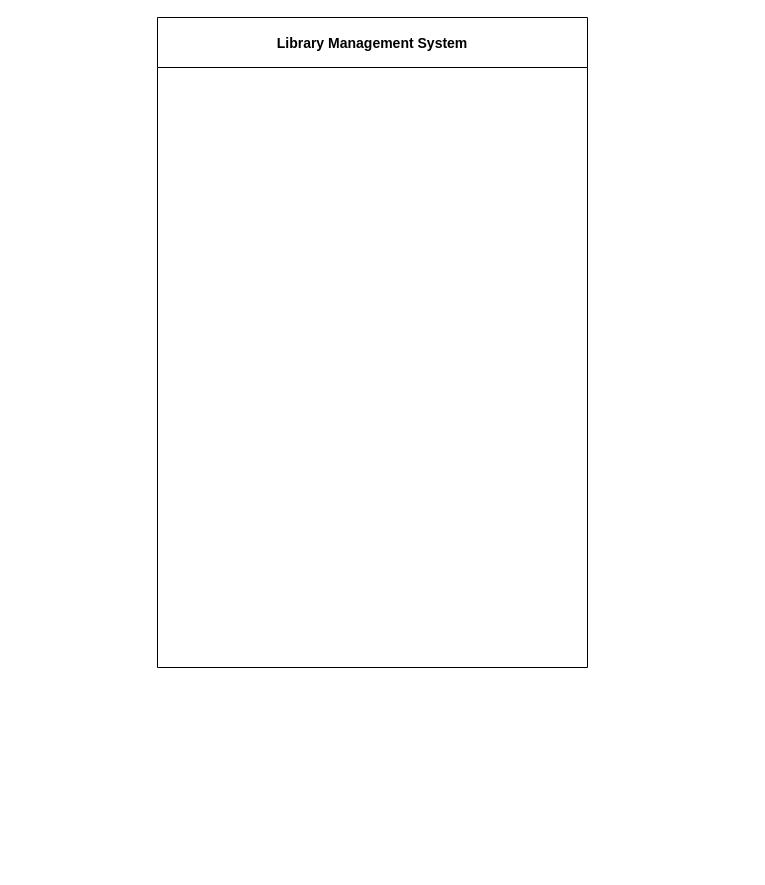
The draw.io diagram libraryUsecase.drawio in Dinuvi9170/NSBM-Green-University, before the edit. Source tidied: cells renumbered, new cells numbered last; positions are measured from the earlier drawing's top-left corner, leaving out a move shared by most shapes. Both pictures are drawn from the tidied source at 100%, with x=0, y=0 at pixel (157, 17).
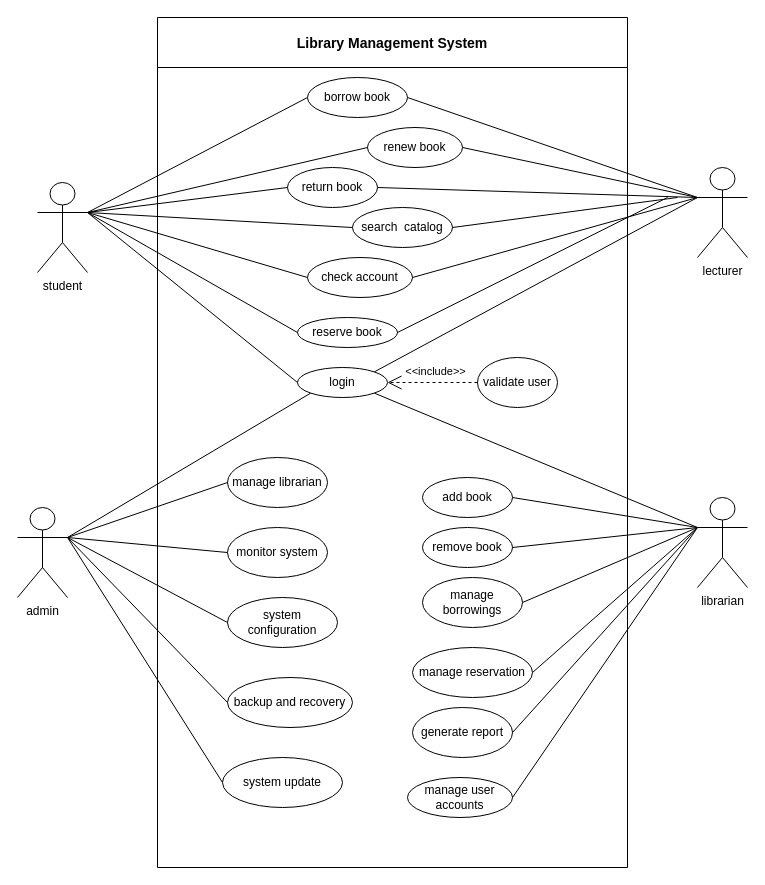
Above is the later version.

Change to the diagram source:
```diff
@@
     <mxCell id="2" value="Library Management System" style="swimlane;startSize=50;fontSize=14;labelBackgroundColor=default;" parent="1" vertex="1">
-      <mxGeometry width="430" height="650" as="geometry" />
+      <mxGeometry width="470" height="850" as="geometry" />
     </mxCell>
+    <mxCell id="3" value="reserve book" style="ellipse;whiteSpace=wrap;html=1;" parent="2" vertex="1">
+      <mxGeometry x="140" y="300" width="100" height="30" as="geometry" />
+    </mxCell>
+    <mxCell id="4" value="borrow book" style="ellipse;whiteSpace=wrap;html=1;" parent="2" vertex="1">
+      <mxGeometry x="150" y="60" width="100" height="40" as="geometry" />
+    </mxCell>
+    <mxCell id="5" value="renew book" style="ellipse;whiteSpace=wrap;html=1;" parent="2" vertex="1">
+      <mxGeometry x="210" y="110" width="95" height="40" as="geometry" />
+    </mxCell>
+    <mxCell id="6" value="return book" style="ellipse;whiteSpace=wrap;html=1;" parent="2" vertex="1">
+      <mxGeometry x="130" y="150" width="90" height="40" as="geometry" />
+    </mxCell>
+    <mxCell id="7" value="search&amp;nbsp; catalog" style="ellipse;whiteSpace=wrap;html=1;" parent="2" vertex="1">
+      <mxGeometry x="195" y="190" width="100" height="40" as="geometry" />
+    </mxCell>
+    <mxCell id="8" value="manage borrowings" style="ellipse;whiteSpace=wrap;html=1;" parent="2" vertex="1">
+      <mxGeometry x="265" y="560" width="100" height="50" as="geometry" />
+    </mxCell>
+    <mxCell id="9" value="check account" style="ellipse;whiteSpace=wrap;html=1;" parent="2" vertex="1">
+      <mxGeometry x="150" y="240" width="105" height="40" as="geometry" />
+    </mxCell>
+    <mxCell id="10" value="monitor system" style="ellipse;whiteSpace=wrap;html=1;" parent="2" vertex="1">
+      <mxGeometry x="70" y="510" width="100" height="50" as="geometry" />
+    </mxCell>
+    <mxCell id="11" value="remove book" style="ellipse;whiteSpace=wrap;html=1;" parent="2" vertex="1">
+      <mxGeometry x="265" y="510" width="90" height="40" as="geometry" />
+    </mxCell>
+    <mxCell id="12" value="manage librarian" style="ellipse;whiteSpace=wrap;html=1;" parent="2" vertex="1">
+      <mxGeometry x="70" y="440" width="100" height="50" as="geometry" />
+    </mxCell>
+    <mxCell id="13" value="validate user" style="ellipse;whiteSpace=wrap;html=1;" parent="2" vertex="1">
+      <mxGeometry x="320" y="340" width="80" height="50" as="geometry" />
+    </mxCell>
+    <mxCell id="14" value="login" style="ellipse;whiteSpace=wrap;html=1;" parent="2" vertex="1">
+      <mxGeometry x="140" y="350" width="90" height="30" as="geometry" />
+    </mxCell>
+    <mxCell id="15" style="endArrow=none;html=1;rounded=0;entryX=1;entryY=0.5;entryDx=0;entryDy=0;" parent="2" edge="1" target="7">
+      <mxGeometry relative="1" as="geometry">
+        <mxPoint x="520" y="180" as="sourcePoint" />
+      </mxGeometry>
+    </mxCell>
+    <mxCell id="16" style="endArrow=none;html=1;rounded=0;exitX=1;exitY=0.5;exitDx=0;exitDy=0;" parent="2" edge="1" source="3">
+      <mxGeometry relative="1" as="geometry">
+        <mxPoint x="510" y="180" as="targetPoint" />
+      </mxGeometry>
+    </mxCell>
+    <mxCell id="17" value="&amp;lt;&amp;lt;include&amp;gt;&amp;gt;" style="endArrow=open;endSize=12;dashed=1;html=1;rounded=0;exitX=0;exitY=0.5;exitDx=0;exitDy=0;entryX=1;entryY=0.5;entryDx=0;entryDy=0;" parent="2" edge="1" source="13" target="14">
+      <mxGeometry x="-0.06" y="-11" relative="1" as="geometry" />
+    </mxCell>
+    <mxCell id="18" value="add book" style="ellipse;whiteSpace=wrap;html=1;" parent="2" vertex="1">
+      <mxGeometry x="265" y="460" width="90" height="40" as="geometry" />
+    </mxCell>
+    <mxCell id="19" value="manage reservation" style="ellipse;whiteSpace=wrap;html=1;" parent="2" vertex="1">
+      <mxGeometry x="255" y="630" width="120" height="50" as="geometry" />
+    </mxCell>
+    <mxCell id="20" value="generate report" style="ellipse;whiteSpace=wrap;html=1;" parent="2" vertex="1">
+      <mxGeometry x="255" y="690" width="100" height="50" as="geometry" />
+    </mxCell>
+    <mxCell id="21" value="manage user accounts" style="ellipse;whiteSpace=wrap;html=1;" parent="2" vertex="1">
+      <mxGeometry x="250" y="760" width="105" height="40" as="geometry" />
+    </mxCell>
+    <mxCell id="22" value="system update" style="ellipse;whiteSpace=wrap;html=1;" parent="2" vertex="1">
+      <mxGeometry x="65" y="740" width="120" height="50" as="geometry" />
+    </mxCell>
+    <mxCell id="23" value="system configuration" style="ellipse;whiteSpace=wrap;html=1;" parent="2" vertex="1">
+      <mxGeometry x="70" y="580" width="110" height="50" as="geometry" />
+    </mxCell>
+    <mxCell id="24" value="backup and recovery" style="ellipse;whiteSpace=wrap;html=1;" parent="2" vertex="1">
+      <mxGeometry x="70" y="660" width="125" height="50" as="geometry" />
+    </mxCell>
+    <mxCell id="25" value="student" style="shape=umlActor;verticalLabelPosition=bottom;verticalAlign=top;html=1;outlineConnect=0;" parent="1" vertex="1">
+      <mxGeometry x="-120" y="165" width="50" height="90" as="geometry" />
+    </mxCell>
+    <mxCell id="26" value="librarian" style="shape=umlActor;verticalLabelPosition=bottom;verticalAlign=top;html=1;outlineConnect=0;" parent="1" vertex="1">
+      <mxGeometry x="540" y="480" width="50" height="90" as="geometry" />
+    </mxCell>
+    <mxCell id="27" value="admin" style="shape=umlActor;verticalLabelPosition=bottom;verticalAlign=top;html=1;outlineConnect=0;" parent="1" vertex="1">
+      <mxGeometry x="-140" y="490" width="50" height="90" as="geometry" />
+    </mxCell>
+    <mxCell id="28" value="lecturer" style="shape=umlActor;verticalLabelPosition=bottom;verticalAlign=top;html=1;outlineConnect=0;" parent="1" vertex="1">
+      <mxGeometry x="540" y="150" width="50" height="90" as="geometry" />
+    </mxCell>
+    <mxCell id="29" style="endArrow=none;html=1;rounded=0;entryX=1;entryY=0.5;entryDx=0;entryDy=0;exitX=0;exitY=0.3333333333333333;exitDx=0;exitDy=0;exitPerimeter=0;" parent="1" edge="1" source="28" target="4">
+      <mxGeometry relative="1" as="geometry" />
+    </mxCell>
+    <mxCell id="30" style="endArrow=none;html=1;rounded=0;entryX=1;entryY=0.5;entryDx=0;entryDy=0;exitX=0;exitY=0.3333333333333333;exitDx=0;exitDy=0;exitPerimeter=0;" parent="1" edge="1" source="28" target="9">
+      <mxGeometry relative="1" as="geometry" />
+    </mxCell>
+    <mxCell id="31" style="endArrow=none;html=1;rounded=0;entryX=1;entryY=0.5;entryDx=0;entryDy=0;exitX=0;exitY=0.3333333333333333;exitDx=0;exitDy=0;exitPerimeter=0;" parent="1" edge="1" source="28" target="5">
+      <mxGeometry relative="1" as="geometry" />
+    </mxCell>
+    <mxCell id="32" style="endArrow=none;html=1;rounded=0;entryX=1;entryY=0.5;entryDx=0;entryDy=0;exitX=0;exitY=0.3333333333333333;exitDx=0;exitDy=0;exitPerimeter=0;" parent="1" edge="1" source="28" target="6">
+      <mxGeometry relative="1" as="geometry" />
+    </mxCell>
+    <mxCell id="33" style="endArrow=none;html=1;rounded=0;exitX=1;exitY=0;exitDx=0;exitDy=0;entryX=0;entryY=0.3333333333333333;entryDx=0;entryDy=0;entryPerimeter=0;" parent="1" edge="1" source="14" target="28">
+      <mxGeometry relative="1" as="geometry" />
+    </mxCell>
+    <mxCell id="34" style="endArrow=none;html=1;rounded=0;entryX=0;entryY=0.5;entryDx=0;entryDy=0;exitX=1;exitY=0.3333333333333333;exitDx=0;exitDy=0;exitPerimeter=0;" parent="1" edge="1" source="25" target="3">
+      <mxGeometry relative="1" as="geometry" />
+    </mxCell>
+    <mxCell id="35" style="endArrow=none;html=1;rounded=0;exitX=1;exitY=0.3333333333333333;exitDx=0;exitDy=0;exitPerimeter=0;entryX=0;entryY=0.5;entryDx=0;entryDy=0;" parent="1" edge="1" source="25" target="7">
+      <mxGeometry relative="1" as="geometry" />
+    </mxCell>
+    <mxCell id="36" style="endArrow=none;html=1;rounded=0;entryX=0;entryY=0.5;entryDx=0;entryDy=0;exitX=1;exitY=0.3333333333333333;exitDx=0;exitDy=0;exitPerimeter=0;" parent="1" edge="1" source="25" target="14">
+      <mxGeometry relative="1" as="geometry" />
+    </mxCell>
+    <mxCell id="37" style="endArrow=none;html=1;rounded=0;entryX=0;entryY=0.5;entryDx=0;entryDy=0;exitX=1;exitY=0.3333333333333333;exitDx=0;exitDy=0;exitPerimeter=0;" parent="1" edge="1" source="25" target="9">
+      <mxGeometry relative="1" as="geometry" />
+    </mxCell>
+    <mxCell id="38" style="endArrow=none;html=1;rounded=0;exitX=1;exitY=0.3333333333333333;exitDx=0;exitDy=0;exitPerimeter=0;entryX=0;entryY=0.5;entryDx=0;entryDy=0;" parent="1" edge="1" source="25" target="6">
+      <mxGeometry relative="1" as="geometry" />
+    </mxCell>
+    <mxCell id="39" style="endArrow=none;html=1;rounded=0;exitX=1;exitY=0.3333333333333333;exitDx=0;exitDy=0;exitPerimeter=0;entryX=0;entryY=0.5;entryDx=0;entryDy=0;" parent="1" edge="1" source="25" target="5">
+      <mxGeometry relative="1" as="geometry" />
+    </mxCell>
+    <mxCell id="40" style="endArrow=none;html=1;rounded=0;exitX=1;exitY=0.3333333333333333;exitDx=0;exitDy=0;exitPerimeter=0;entryX=0;entryY=0.5;entryDx=0;entryDy=0;" parent="1" edge="1" source="25" target="4">
+      <mxGeometry relative="1" as="geometry" />
+    </mxCell>
+    <mxCell id="41" style="endArrow=none;html=1;rounded=0;entryX=0;entryY=1;entryDx=0;entryDy=0;exitX=1;exitY=0.3333333333333333;exitDx=0;exitDy=0;exitPerimeter=0;" parent="1" edge="1" source="27" target="14">
+      <mxGeometry relative="1" as="geometry" />
+    </mxCell>
+    <mxCell id="42" style="endArrow=none;html=1;rounded=0;exitX=1;exitY=1;exitDx=0;exitDy=0;entryX=0;entryY=0.3333333333333333;entryDx=0;entryDy=0;entryPerimeter=0;" parent="1" edge="1" source="14" target="26">
+      <mxGeometry relative="1" as="geometry" />
+    </mxCell>
+    <mxCell id="43" style="endArrow=none;html=1;rounded=0;exitX=1;exitY=0.5;exitDx=0;exitDy=0;entryX=0;entryY=0.3333333333333333;entryDx=0;entryDy=0;entryPerimeter=0;" parent="1" edge="1" source="18" target="26">
+      <mxGeometry relative="1" as="geometry" />
+    </mxCell>
+    <mxCell id="44" style="endArrow=none;html=1;rounded=0;entryX=0;entryY=0.3333333333333333;entryDx=0;entryDy=0;entryPerimeter=0;exitX=1;exitY=0.5;exitDx=0;exitDy=0;" parent="1" edge="1" source="11" target="26">
+      <mxGeometry relative="1" as="geometry" />
+    </mxCell>
+    <mxCell id="45" style="endArrow=none;html=1;rounded=0;entryX=0;entryY=0.3333333333333333;entryDx=0;entryDy=0;entryPerimeter=0;exitX=1;exitY=0.5;exitDx=0;exitDy=0;" parent="1" edge="1" source="8" target="26">
+      <mxGeometry relative="1" as="geometry" />
+    </mxCell>
+    <mxCell id="46" style="endArrow=none;html=1;rounded=0;entryX=0;entryY=0.3333333333333333;entryDx=0;entryDy=0;entryPerimeter=0;exitX=1;exitY=0.5;exitDx=0;exitDy=0;" parent="1" edge="1" source="19" target="26">
+      <mxGeometry relative="1" as="geometry" />
+    </mxCell>
+    <mxCell id="47" style="endArrow=none;html=1;rounded=0;entryX=0;entryY=0.3333333333333333;entryDx=0;entryDy=0;entryPerimeter=0;exitX=1;exitY=0.5;exitDx=0;exitDy=0;" parent="1" edge="1" source="20" target="26">
+      <mxGeometry relative="1" as="geometry" />
+    </mxCell>
+    <mxCell id="48" style="endArrow=none;html=1;rounded=0;entryX=0;entryY=0.3333333333333333;entryDx=0;entryDy=0;entryPerimeter=0;exitX=1;exitY=0.5;exitDx=0;exitDy=0;" parent="1" edge="1" source="21" target="26">
+      <mxGeometry relative="1" as="geometry" />
+    </mxCell>
+    <mxCell id="49" style="endArrow=none;html=1;rounded=0;entryX=0;entryY=0.5;entryDx=0;entryDy=0;exitX=1;exitY=0.3333333333333333;exitDx=0;exitDy=0;exitPerimeter=0;" parent="1" edge="1" source="27" target="10">
+      <mxGeometry relative="1" as="geometry" />
+    </mxCell>
+    <mxCell id="50" style="endArrow=none;html=1;rounded=0;exitX=1;exitY=0.3333333333333333;exitDx=0;exitDy=0;exitPerimeter=0;entryX=0;entryY=0.5;entryDx=0;entryDy=0;" parent="1" edge="1" source="27" target="23">
+      <mxGeometry relative="1" as="geometry" />
+    </mxCell>
+    <mxCell id="51" style="endArrow=none;html=1;rounded=0;exitX=1;exitY=0.3333333333333333;exitDx=0;exitDy=0;exitPerimeter=0;entryX=0;entryY=0.5;entryDx=0;entryDy=0;" parent="1" edge="1" source="27" target="24">
+      <mxGeometry relative="1" as="geometry" />
+    </mxCell>
+    <mxCell id="52" style="endArrow=none;html=1;rounded=0;entryX=0;entryY=0.5;entryDx=0;entryDy=0;exitX=1;exitY=0.3333333333333333;exitDx=0;exitDy=0;exitPerimeter=0;" parent="1" edge="1" source="27" target="22">
+      <mxGeometry relative="1" as="geometry" />
+    </mxCell>
+    <mxCell id="53" style="endArrow=none;html=1;rounded=0;entryX=0;entryY=0.5;entryDx=0;entryDy=0;exitX=1;exitY=0.3333333333333333;exitDx=0;exitDy=0;exitPerimeter=0;" parent="1" edge="1" source="27" target="12">
+      <mxGeometry relative="1" as="geometry" />
+    </mxCell>
```
